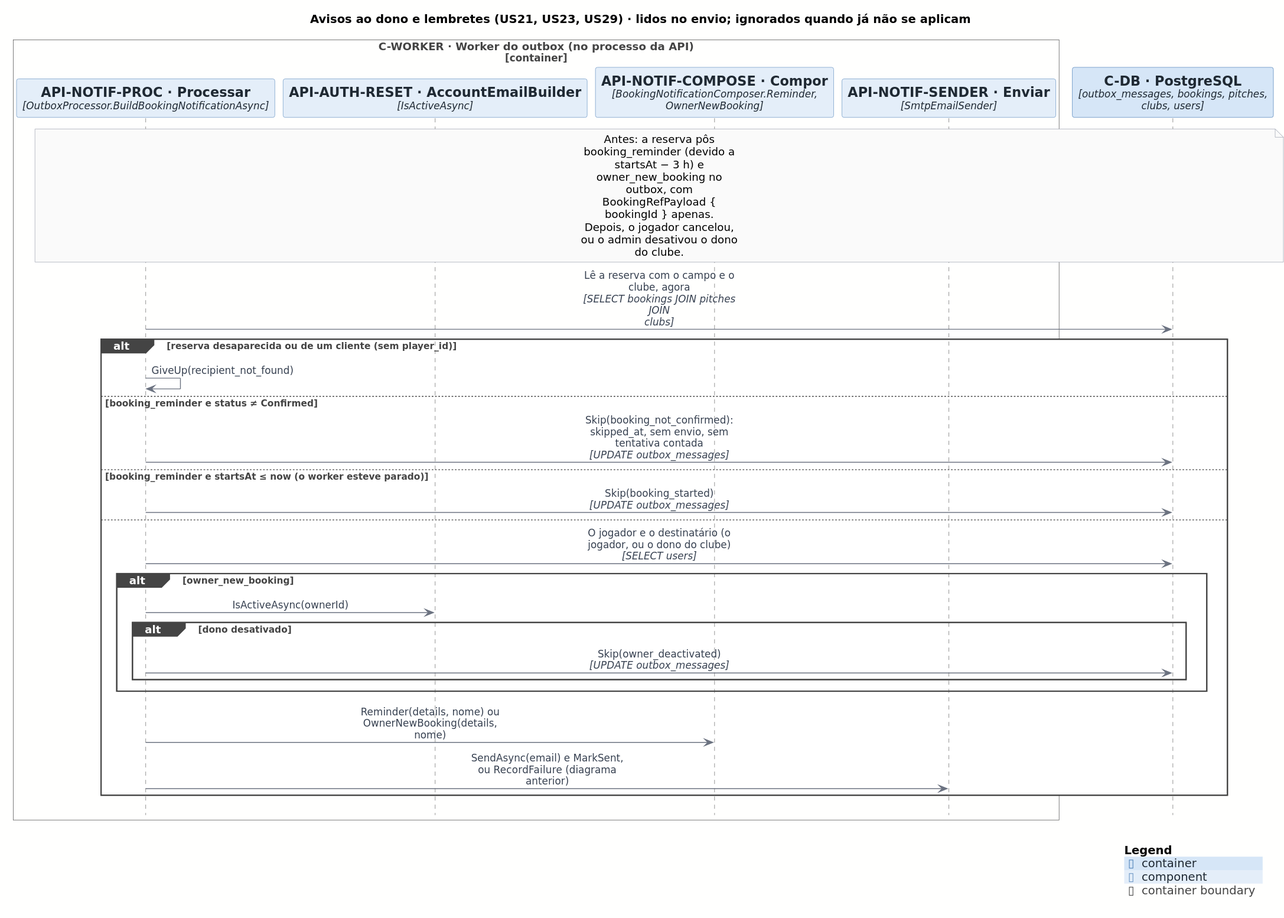
Before: docs/architecture/out/process-outbox-skip.svg, a diagram exported from PlantUML (rodrigo4sousa/SportsEstablishments).
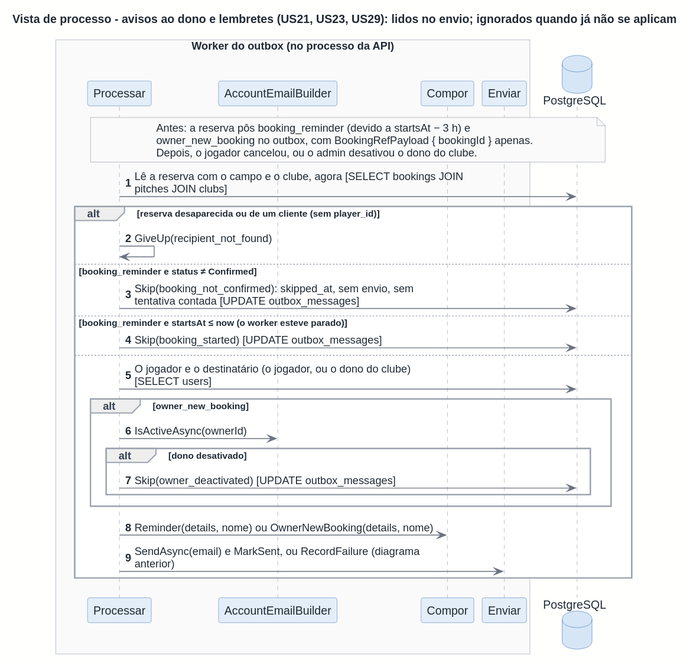
After the commit.

Diff of the diagram source:
```diff
@@ -1,37 +1,35 @@
 @startuml
-!include <C4/C4_Sequence>
 !include ../style.puml
 
-title Avisos ao dono e lembretes (US21, US23, US29) · lidos no envio; ignorados quando já não se aplicam
+title Vista de processo - avisos ao dono e lembretes (US21, US23, US29): lidos no envio; ignorados quando já não se aplicam
+autonumber
 
-Container_Boundary(C_WORKER, "C-WORKER · Worker do outbox (no processo da API)")
-  Component(API_NOTIF_PROC, "API-NOTIF-PROC · Processar", "OutboxProcessor.BuildBookingNotificationAsync")
-  Component(API_AUTH_RESET, "API-AUTH-RESET · AccountEmailBuilder", "IsActiveAsync")
-  Component(API_NOTIF_COMPOSE, "API-NOTIF-COMPOSE · Compor", "BookingNotificationComposer.Reminder, OwnerNewBooking")
-  Component(API_NOTIF_SENDER, "API-NOTIF-SENDER · Enviar", "SmtpEmailSender")
-Boundary_End()
-ContainerDb(C_DB, "C-DB · PostgreSQL", "outbox_messages, bookings, pitches, clubs, users")
+box "Worker do outbox (no processo da API)"
+  participant "Processar" as API_NOTIF_PROC
+  participant "AccountEmailBuilder" as API_AUTH_RESET
+  participant "Compor" as API_NOTIF_COMPOSE
+  participant "Enviar" as API_NOTIF_SENDER
+end box
+database "PostgreSQL" as C_DB
 
-note over API_NOTIF_PROC, C_DB: Antes: a reserva pôs booking_reminder (devido a startsAt − 3 h) e owner_new_booking no outbox, com BookingRefPayload { bookingId } apenas.\nDepois, o jogador cancelou, ou o admin desativou o dono do clube.
+note over API_NOTIF_PROC, C_DB: Antes: a reserva pôs booking_reminder (devido a startsAt − 3 h) e\nowner_new_booking no outbox, com BookingRefPayload { bookingId } apenas.\nDepois, o jogador cancelou, ou o admin desativou o dono do clube.
 
-Rel(API_NOTIF_PROC, C_DB, $plain("Lê a reserva com o campo e o clube, agora"), "SELECT bookings JOIN pitches JOIN clubs")
+API_NOTIF_PROC -> C_DB : Lê a reserva com o campo e o clube, agora [SELECT bookings JOIN\npitches JOIN clubs]
 alt reserva desaparecida ou de um cliente (sem player_id)
-  Rel(API_NOTIF_PROC, API_NOTIF_PROC, $plain("GiveUp(recipient_not_found)"))
+  API_NOTIF_PROC -> API_NOTIF_PROC : GiveUp(recipient_not_found)
 else booking_reminder e status ≠ Confirmed
-  Rel(API_NOTIF_PROC, C_DB, $plain("Skip(booking_not_confirmed): skipped_at, sem envio, sem tentativa contada"), "UPDATE outbox_messages")
+  API_NOTIF_PROC -> C_DB : Skip(booking_not_confirmed): skipped_at, sem envio, sem\ntentativa contada [UPDATE outbox_messages]
 else booking_reminder e startsAt ≤ now (o worker esteve parado)
-  Rel(API_NOTIF_PROC, C_DB, $plain("Skip(booking_started)"), "UPDATE outbox_messages")
+  API_NOTIF_PROC -> C_DB : Skip(booking_started) [UPDATE outbox_messages]
 else
-  Rel(API_NOTIF_PROC, C_DB, $plain("O jogador e o destinatário (o jogador, ou o dono do clube)"), "SELECT users")
+  API_NOTIF_PROC -> C_DB : O jogador e o destinatário (o jogador, ou o dono do clube)\n[SELECT users]
   alt owner_new_booking
-    Rel(API_NOTIF_PROC, API_AUTH_RESET, $plain("IsActiveAsync(ownerId)"))
+    API_NOTIF_PROC -> API_AUTH_RESET : IsActiveAsync(ownerId)
     alt dono desativado
-      Rel(API_NOTIF_PROC, C_DB, $plain("Skip(owner_deactivated)"), "UPDATE outbox_messages")
+      API_NOTIF_PROC -> C_DB : Skip(owner_deactivated) [UPDATE outbox_messages]
     end
   end
-  Rel(API_NOTIF_PROC, API_NOTIF_COMPOSE, $plain("Reminder(details, nome) ou OwnerNewBooking(details, nome)"))
-  Rel(API_NOTIF_PROC, API_NOTIF_SENDER, $plain("SendAsync(email) e MarkSent, ou RecordFailure (diagrama anterior)"))
+  API_NOTIF_PROC -> API_NOTIF_COMPOSE : Reminder(details, nome) ou OwnerNewBooking(details, nome)
+  API_NOTIF_PROC -> API_NOTIF_SENDER : SendAsync(email) e MarkSent, ou RecordFailure (diagrama\nanterior)
 end
-
-SHOW_LEGEND()
 @enduml
```
